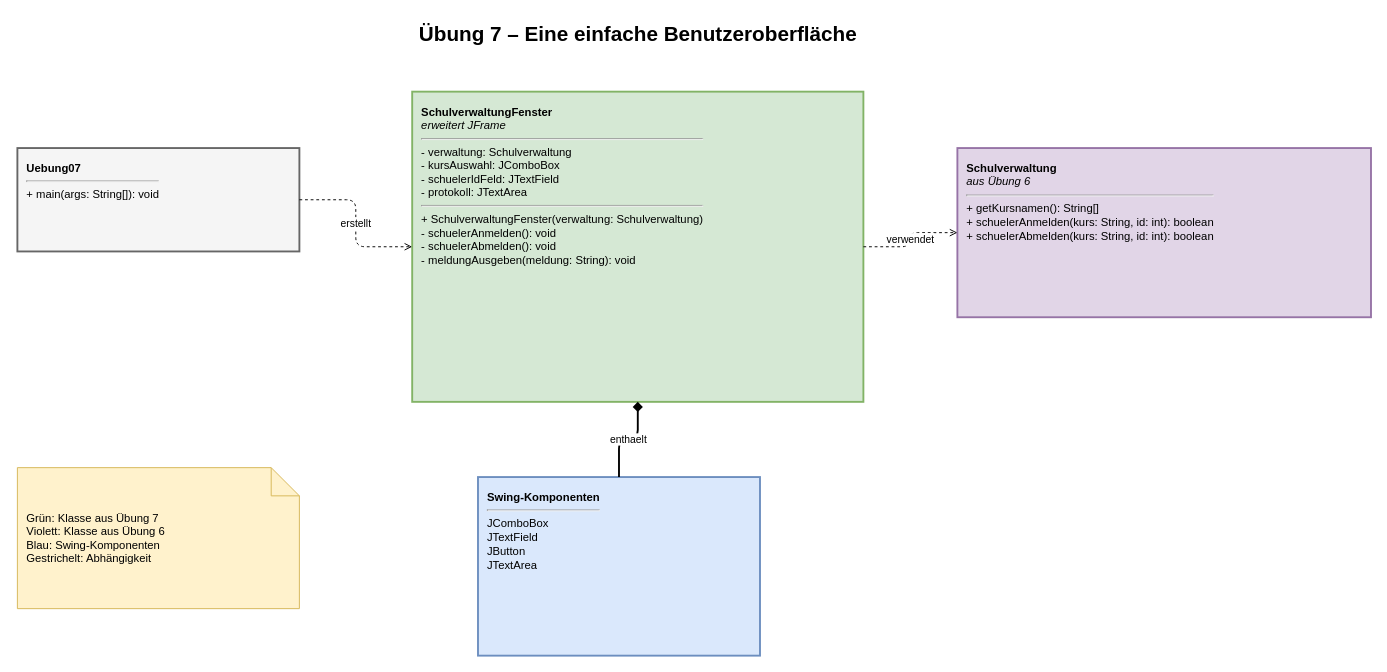
thehahue/oop keeps this draw.io diagram as diagramme/uebung07_benutzeroberflaeche.drawio. Above is the earlier version. Source tidied: cells renumbered, new cells numbered last; positions are measured from the earlier drawing's top-left corner, leaving out a move shared by most shapes. Both pictures are drawn from the tidied source at 94%, with x=0, y=0 at pixel (17, 16).
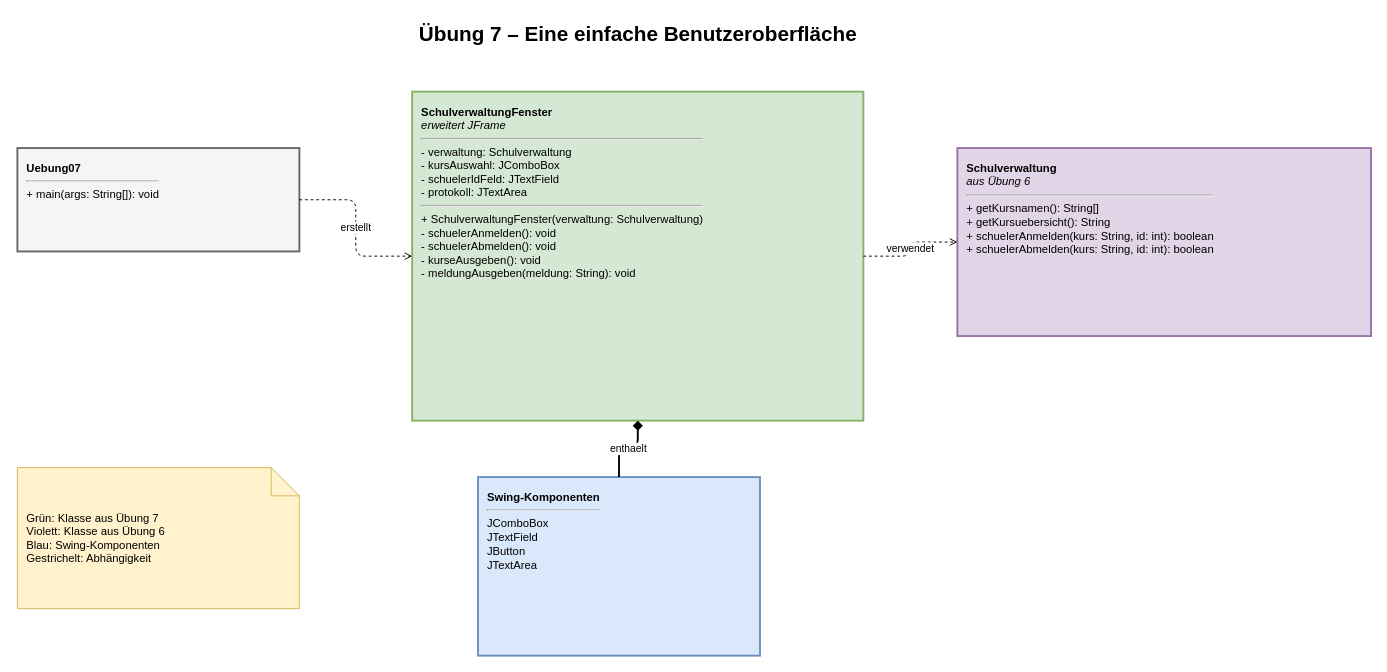
The same page after the edit.

What changed in the source:
```diff
@@
 <mxGraphModel>
   <root>
     <mxCell id="0" />
     <mxCell id="1" parent="0" />
     <mxCell id="2" value="Übung 7 – Eine einfache Benutzeroberfläche" style="text;html=1;align=center;fontSize=22;fontStyle=1;" parent="1" vertex="1">
       <mxGeometry x="310" width="700" height="40" as="geometry" />
     </mxCell>
     <mxCell id="3" value="&lt;b&gt;Uebung07&lt;/b&gt;&lt;hr&gt;+ main(args: String[]): void" style="rounded=0;verticalAlign=top;spacingTop=8;html=1;strokeWidth=2;fillColor=#f5f5f5;strokeColor=#666666;align=left;spacingLeft=8;whiteSpace=wrap;" parent="1" vertex="1">
       <mxGeometry y="140" width="300" height="110" as="geometry" />
     </mxCell>
-    <mxCell id="4" value="&lt;b&gt;SchulverwaltungFenster&lt;/b&gt;&lt;br&gt;&lt;i&gt;erweitert JFrame&lt;/i&gt;&lt;hr&gt;- verwaltung: Schulverwaltung&lt;br&gt;- kursAuswahl: JComboBox&lt;br&gt;- schuelerIdFeld: JTextField&lt;br&gt;- protokoll: JTextArea&lt;hr&gt;+ SchulverwaltungFenster(verwaltung: Schulverwaltung)&lt;br&gt;- schuelerAnmelden(): void&lt;br&gt;- schuelerAbmelden(): void&lt;br&gt;- meldungAusgeben(meldung: String): void" style="rounded=0;verticalAlign=top;spacingTop=8;html=1;strokeWidth=2;fillColor=#d5e8d4;strokeColor=#82b366;align=left;spacingLeft=8;whiteSpace=wrap;" parent="1" vertex="1">
-      <mxGeometry x="420" y="80" width="480" height="330" as="geometry" />
+    <mxCell id="4" value="&lt;b&gt;SchulverwaltungFenster&lt;/b&gt;&lt;br&gt;&lt;i&gt;erweitert JFrame&lt;/i&gt;&lt;hr&gt;- verwaltung: Schulverwaltung&lt;br&gt;- kursAuswahl: JComboBox&lt;br&gt;- schuelerIdFeld: JTextField&lt;br&gt;- protokoll: JTextArea&lt;hr&gt;+ SchulverwaltungFenster(verwaltung: Schulverwaltung)&lt;br&gt;- schuelerAnmelden(): void&lt;br&gt;- schuelerAbmelden(): void&lt;br&gt;- kurseAusgeben(): void&lt;br&gt;- meldungAusgeben(meldung: String): void" style="rounded=0;verticalAlign=top;spacingTop=8;html=1;strokeWidth=2;fillColor=#d5e8d4;strokeColor=#82b366;align=left;spacingLeft=8;whiteSpace=wrap;" parent="1" vertex="1">
+      <mxGeometry x="420" y="80" width="480" height="350" as="geometry" />
     </mxCell>
-    <mxCell id="5" value="&lt;b&gt;Schulverwaltung&lt;/b&gt;&lt;br&gt;&lt;i&gt;aus Übung 6&lt;/i&gt;&lt;hr&gt;+ getKursnamen(): String[]&lt;br&gt;+ schuelerAnmelden(kurs: String, id: int): boolean&lt;br&gt;+ schuelerAbmelden(kurs: String, id: int): boolean" style="rounded=0;verticalAlign=top;spacingTop=8;html=1;strokeWidth=2;fillColor=#e1d5e7;strokeColor=#9673a6;align=left;spacingLeft=8;whiteSpace=wrap;" parent="1" vertex="1">
-      <mxGeometry x="1000" y="140" width="440" height="180" as="geometry" />
+    <mxCell id="5" value="&lt;b&gt;Schulverwaltung&lt;/b&gt;&lt;br&gt;&lt;i&gt;aus Übung 6&lt;/i&gt;&lt;hr&gt;+ getKursnamen(): String[]&lt;br&gt;+ getKursuebersicht(): String&lt;br&gt;+ schuelerAnmelden(kurs: String, id: int): boolean&lt;br&gt;+ schuelerAbmelden(kurs: String, id: int): boolean" style="rounded=0;verticalAlign=top;spacingTop=8;html=1;strokeWidth=2;fillColor=#e1d5e7;strokeColor=#9673a6;align=left;spacingLeft=8;whiteSpace=wrap;" parent="1" vertex="1">
+      <mxGeometry x="1000" y="140" width="440" height="200" as="geometry" />
     </mxCell>
     <mxCell id="6" value="&lt;b&gt;Swing-Komponenten&lt;/b&gt;&lt;hr&gt;JComboBox&lt;br&gt;JTextField&lt;br&gt;JButton&lt;br&gt;JTextArea" style="rounded=0;verticalAlign=top;spacingTop=8;html=1;strokeWidth=2;fillColor=#dae8fc;strokeColor=#6c8ebf;align=left;spacingLeft=8;whiteSpace=wrap;" parent="1" vertex="1">
       <mxGeometry x="490" y="490" width="300" height="190" as="geometry" />
     </mxCell>
     <mxCell id="7" value="erstellt" style="edgeStyle=orthogonalEdgeStyle;html=1;dashed=1;endArrow=open;endFill=0;" parent="1" edge="1" source="3" target="4">
       <mxGeometry relative="1" as="geometry" />
     </mxCell>
     <mxCell id="8" value="verwendet" style="edgeStyle=orthogonalEdgeStyle;html=1;dashed=1;endArrow=open;endFill=0;" parent="1" edge="1" source="4" target="5">
       <mxGeometry relative="1" as="geometry" />
     </mxCell>
     <mxCell id="9" value="enthaelt" style="edgeStyle=orthogonalEdgeStyle;html=1;startArrow=diamond;startFill=1;endArrow=none;strokeWidth=2;" parent="1" edge="1" source="4" target="6">
       <mxGeometry relative="1" as="geometry" />
     </mxCell>
     <mxCell id="10" value="Grün: Klasse aus Übung 7&#10;Violett: Klasse aus Übung 6&#10;Blau: Swing-Komponenten&#10;Gestrichelt: Abhängigkeit" style="shape=note;whiteSpace=wrap;html=1;fillColor=#fff2cc;strokeColor=#d6b656;align=left;spacingLeft=8;" parent="1" vertex="1">
       <mxGeometry y="480" width="300" height="150" as="geometry" />
     </mxCell>
   </root>
 </mxGraphModel>
```
